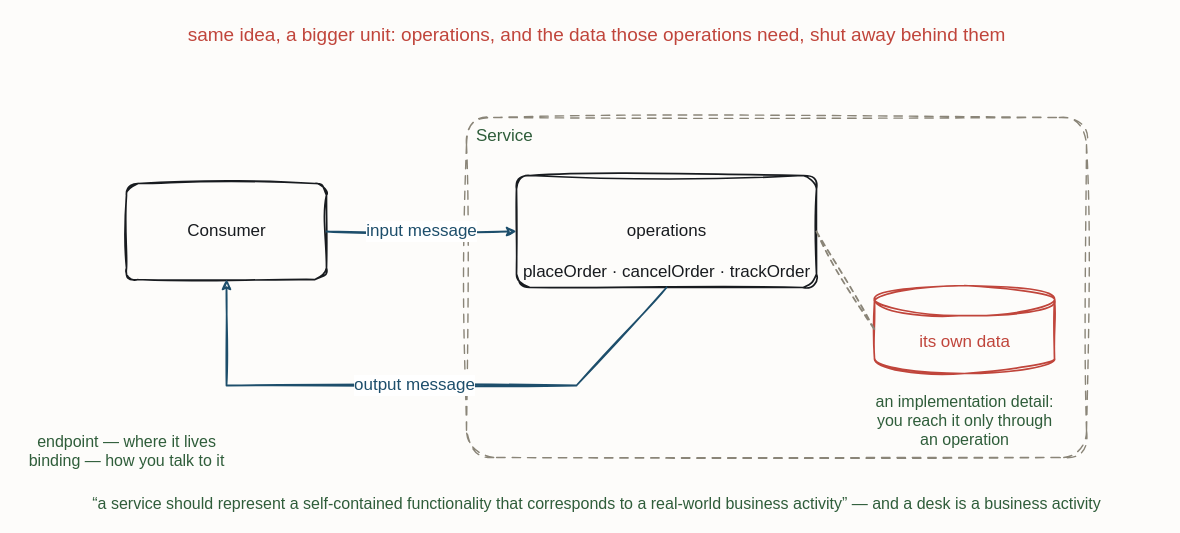
Above: resources/flow-soa-service.drawio in iancooper/practical-messaging (draw.io), before the change. Source tidied: cells renumbered, new cells numbered last; positions are measured from the earlier drawing's top-left corner, leaving out a move shared by most shapes. Both pictures are drawn from the tidied source at 100%, with x=0, y=0 at pixel (66, 17).
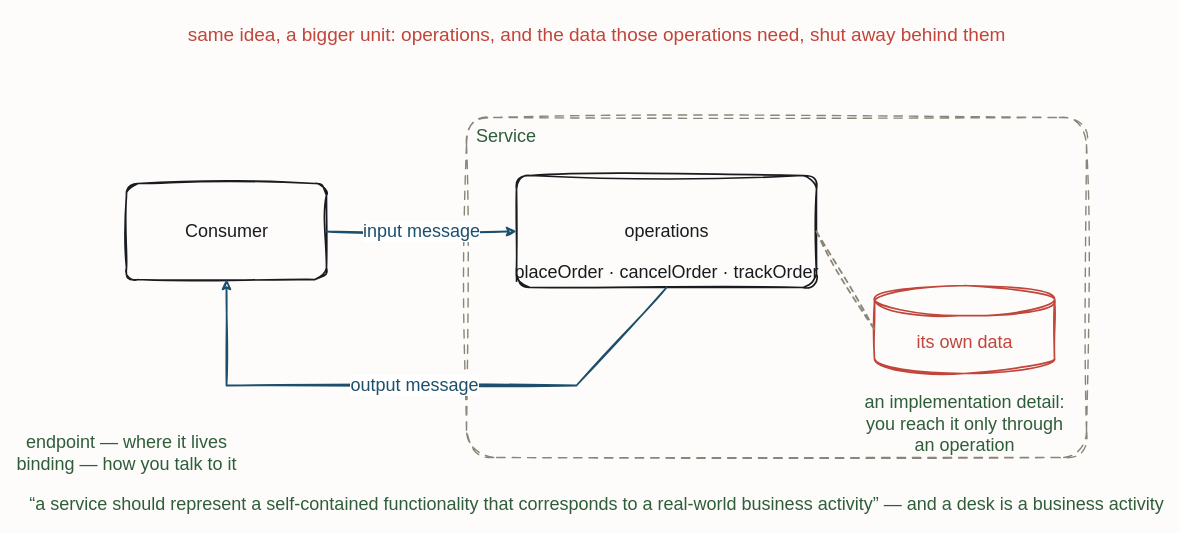
Above is the later version.

The edit, as a diff of the source:
```diff
@@
 <mxGraphModel background="#FDFCFA">
   <root>
     <mxCell id="0" />
     <mxCell id="1" parent="0" />
-    <mxCell id="2" value="Service" style="sketch=1;hachureGap=4;jiggle=2;curveFitting=1;fontFamily=Caveat;html=1;rounded=1;arcSize=8;verticalAlign=top;align=left;spacingLeft=8;spacingTop=2;fillColor=none;strokeColor=#8A8578;strokeWidth=1.4;fontColor=#2F5D3A;fontSize=17;dashed=1;dashPattern=6 5;" parent="1" vertex="1">
+    <mxCell id="2" value="Service" style="sketch=1;hachureGap=4;jiggle=2;curveFitting=1;fontFamily=Caveat;html=1;rounded=1;arcSize=8;verticalAlign=top;align=left;spacingLeft=8;spacingTop=2;fillColor=none;strokeColor=#8A8578;strokeWidth=1.4;fontColor=#2F5D3A;fontSize=18;dashed=1;dashPattern=6 5;" parent="1" vertex="1">
       <mxGeometry x="400" y="100" width="620" height="340" as="geometry" />
     </mxCell>
     <mxCell id="3" value="same idea, a bigger unit: operations, and the data those operations need, shut away behind them" style="text;html=1;align=center;fontFamily=Caveat;fontSize=19;fontColor=#C0453B;" parent="1" vertex="1">
       <mxGeometry x="470" width="120" height="20" as="geometry" />
     </mxCell>
-    <mxCell id="4" value="operations" style="sketch=1;hachureGap=4;jiggle=2;curveFitting=1;fontFamily=Caveat;html=1;rounded=1;arcSize=12;strokeColor=#181B1F;strokeWidth=1.7;fillColor=none;fontColor=#181B1F;fontSize=17;" parent="1" vertex="1">
+    <mxCell id="4" value="operations" style="sketch=1;hachureGap=4;jiggle=2;curveFitting=1;fontFamily=Caveat;html=1;rounded=1;arcSize=12;strokeColor=#181B1F;strokeWidth=1.7;fillColor=none;fontColor=#181B1F;fontSize=18;" parent="1" vertex="1">
       <mxGeometry x="450" y="158" width="300" height="112" as="geometry" />
     </mxCell>
-    <mxCell id="5" value="placeOrder · cancelOrder · trackOrder" style="text;html=1;align=center;fontFamily=Caveat;fontSize=17;fontColor=#181B1F;" parent="1" vertex="1">
+    <mxCell id="5" value="placeOrder · cancelOrder · trackOrder" style="text;html=1;align=center;fontFamily=Caveat;fontSize=18;fontColor=#181B1F;" parent="1" vertex="1">
       <mxGeometry x="540" y="238" width="120" height="20" as="geometry" />
     </mxCell>
-    <mxCell id="6" value="its own data" style="sketch=1;hachureGap=4;jiggle=2;curveFitting=1;fontFamily=Caveat;html=1;shape=cylinder3;boundedLbl=1;backgroundOutline=1;strokeColor=#C0453B;strokeWidth=1.7;fillColor=none;fontColor=#C0453B;fontSize=17;" parent="1" vertex="1">
+    <mxCell id="6" value="its own data" style="sketch=1;hachureGap=4;jiggle=2;curveFitting=1;fontFamily=Caveat;html=1;shape=cylinder3;boundedLbl=1;backgroundOutline=1;strokeColor=#C0453B;strokeWidth=1.7;fillColor=none;fontColor=#C0453B;fontSize=18;" parent="1" vertex="1">
       <mxGeometry x="808" y="268" width="180" height="88" as="geometry" />
     </mxCell>
-    <mxCell id="7" value="Consumer" style="sketch=1;hachureGap=4;jiggle=2;curveFitting=1;fontFamily=Caveat;html=1;rounded=1;arcSize=12;strokeColor=#181B1F;strokeWidth=1.7;fillColor=none;fontColor=#181B1F;fontSize=17;" parent="1" vertex="1">
+    <mxCell id="7" value="Consumer" style="sketch=1;hachureGap=4;jiggle=2;curveFitting=1;fontFamily=Caveat;html=1;rounded=1;arcSize=12;strokeColor=#181B1F;strokeWidth=1.7;fillColor=none;fontColor=#181B1F;fontSize=18;" parent="1" vertex="1">
       <mxGeometry x="60" y="166" width="200" height="96" as="geometry" />
     </mxCell>
-    <mxCell id="8" value="endpoint — where it lives&#10;binding — how you talk to it" style="text;html=1;align=center;fontFamily=Caveat;fontSize=16;fontColor=#2F5D3A;" parent="1" vertex="1">
+    <mxCell id="8" value="endpoint — where it lives&#10;binding — how you talk to it" style="text;html=1;align=center;fontFamily=Caveat;fontSize=18;fontColor=#2F5D3A;" parent="1" vertex="1">
       <mxGeometry y="408" width="120" height="20" as="geometry" />
     </mxCell>
-    <mxCell id="9" value="an implementation detail:&#10;you reach it only through&#10;an operation" style="text;html=1;align=center;fontFamily=Caveat;fontSize=16;fontColor=#2F5D3A;" parent="1" vertex="1">
+    <mxCell id="9" value="an implementation detail:&#10;you reach it only through&#10;an operation" style="text;html=1;align=center;fontFamily=Caveat;fontSize=18;fontColor=#2F5D3A;" parent="1" vertex="1">
       <mxGeometry x="838" y="368" width="120" height="20" as="geometry" />
     </mxCell>
-    <mxCell id="10" value="“a service should represent a self-contained functionality that corresponds to a real-world business activity” — and a desk is a business activity" style="text;html=1;align=center;fontFamily=Caveat;fontSize=16;fontColor=#2F5D3A;" parent="1" vertex="1">
+    <mxCell id="10" value="“a service should represent a self-contained functionality that corresponds to a real-world business activity” — and a desk is a business activity" style="text;html=1;align=center;fontFamily=Caveat;fontSize=18;fontColor=#2F5D3A;" parent="1" vertex="1">
       <mxGeometry x="470" y="470" width="120" height="20" as="geometry" />
     </mxCell>
-    <mxCell id="11" style="sketch=1;jiggle=2;curveFitting=1;edgeStyle=none;rounded=0;strokeColor=#8A8578;strokeWidth=1.8;fontFamily=Caveat;fontSize=17;fontColor=#2F5D3A;html=1;dashed=1;endArrow=none;exitX=1.0;exitY=0.5;exitDx=0;exitDy=0;entryX=0.0;entryY=0.5;entryDx=0;entryDy=0;" parent="1" edge="1" source="4" target="6">
+    <mxCell id="11" style="sketch=1;jiggle=2;curveFitting=1;edgeStyle=none;rounded=0;strokeColor=#8A8578;strokeWidth=1.8;fontFamily=Caveat;fontSize=18;fontColor=#2F5D3A;html=1;dashed=1;endArrow=none;exitX=1.0;exitY=0.5;exitDx=0;exitDy=0;entryX=0.0;entryY=0.5;entryDx=0;entryDy=0;" parent="1" edge="1" source="4" target="6">
       <mxGeometry relative="1" as="geometry" />
     </mxCell>
-    <mxCell id="12" value="input message" style="sketch=1;jiggle=2;curveFitting=1;edgeStyle=none;rounded=0;strokeColor=#1D4E6B;strokeWidth=1.8;fontFamily=Caveat;fontSize=17;fontColor=#1D4E6B;html=1;exitX=1.0;exitY=0.5;exitDx=0;exitDy=0;entryX=0.0;entryY=0.5;entryDx=0;entryDy=0;" parent="1" edge="1" source="7" target="4">
+    <mxCell id="12" value="input message" style="sketch=1;jiggle=2;curveFitting=1;edgeStyle=none;rounded=0;strokeColor=#1D4E6B;strokeWidth=1.8;fontFamily=Caveat;fontSize=18;fontColor=#1D4E6B;html=1;exitX=1.0;exitY=0.5;exitDx=0;exitDy=0;entryX=0.0;entryY=0.5;entryDx=0;entryDy=0;" parent="1" edge="1" source="7" target="4">
       <mxGeometry relative="1" as="geometry" />
     </mxCell>
-    <mxCell id="13" value="output message" style="sketch=1;jiggle=2;curveFitting=1;edgeStyle=none;rounded=0;strokeColor=#1D4E6B;strokeWidth=1.8;fontFamily=Caveat;fontSize=17;fontColor=#1D4E6B;html=1;exitX=0.5;exitY=1.0;exitDx=0;exitDy=0;entryX=0.5;entryY=1.0;entryDx=0;entryDy=0;" parent="1" edge="1" source="4" target="7">
+    <mxCell id="13" value="output message" style="sketch=1;jiggle=2;curveFitting=1;edgeStyle=none;rounded=0;strokeColor=#1D4E6B;strokeWidth=1.8;fontFamily=Caveat;fontSize=18;fontColor=#1D4E6B;html=1;exitX=0.5;exitY=1.0;exitDx=0;exitDy=0;entryX=0.5;entryY=1.0;entryDx=0;entryDy=0;" parent="1" edge="1" source="4" target="7">
       <mxGeometry relative="1" as="geometry">
         <Array as="points">
           <mxPoint x="510" y="368" />
           <mxPoint x="160" y="368" />
         </Array>
       </mxGeometry>
     </mxCell>
   </root>
 </mxGraphModel>
```
